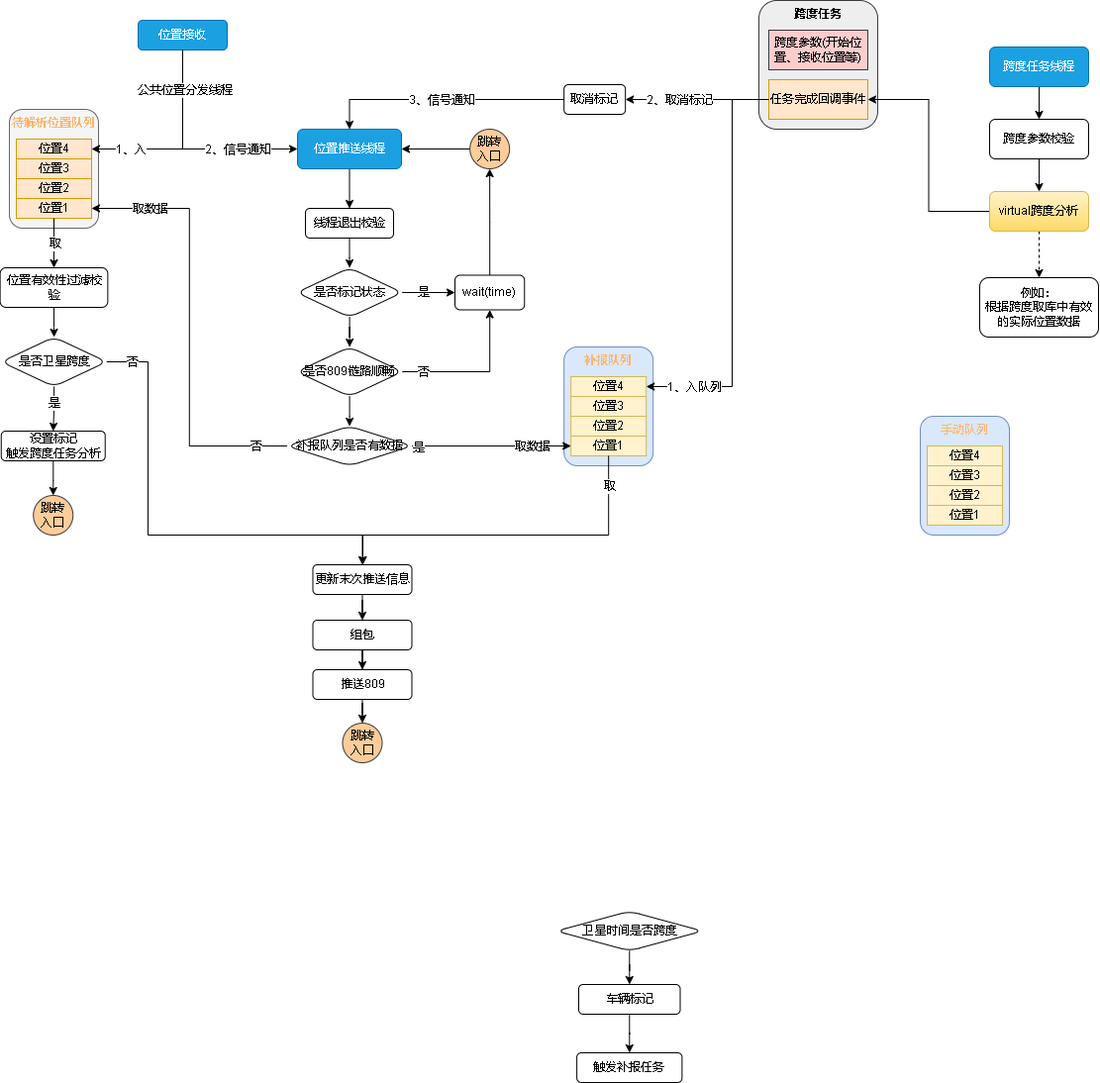
The draw.io diagram 809数据跨度.drawio.png in xktder/draw, before a commit. Source tidied: cells renumbered, new cells last; positions are measured from the earlier drawing's top-left corner, leaving out a move shared by most shapes.
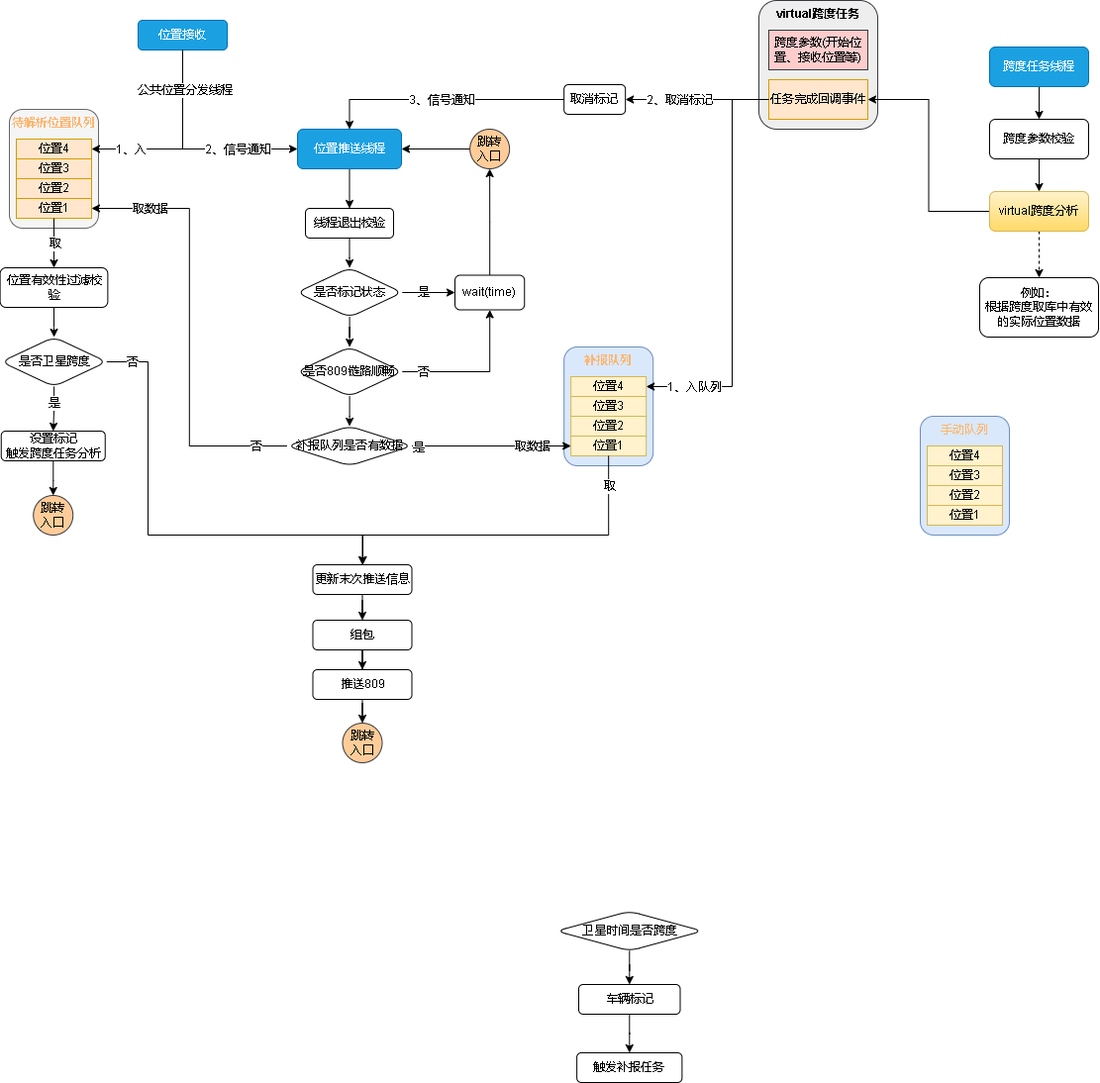
After the change.

Commit message:
更新809数据跨度.drawio.png

The edit, as a diff of the source:
```diff
@@ -262,7 +262,7 @@
     <mxCell id="75" style="group;" parent="1" vertex="1">
       <mxGeometry x="766" width="120" height="130" as="geometry" />
     </mxCell>
-    <mxCell id="76" value="跨度任务" style="rounded=1;whiteSpace=wrap;html=1;verticalAlign=top;fontStyle=1;fillColor=#eeeeee;strokeColor=#36393d;" parent="75" vertex="1">
+    <mxCell id="76" value="virtual跨度任务" style="rounded=1;whiteSpace=wrap;html=1;verticalAlign=top;fontStyle=1;fillColor=#eeeeee;strokeColor=#36393d;" parent="75" vertex="1">
       <mxGeometry width="120" height="130" as="geometry" />
     </mxCell>
     <mxCell id="77" value="&lt;font color=&quot;#000000&quot;&gt;跨度参数(开始位置、接收位置等)&lt;/font&gt;" style="rounded=0;whiteSpace=wrap;html=1;fillColor=#ffcccc;strokeColor=#36393d;" parent="75" vertex="1">
```
